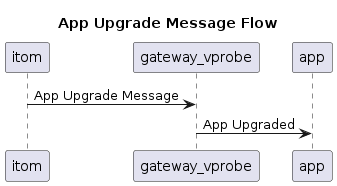
gupteswarameesala/sdk2.0 keeps this PlantUML diagram as images/app_upgrade_flow.png. Above is the earlier version.
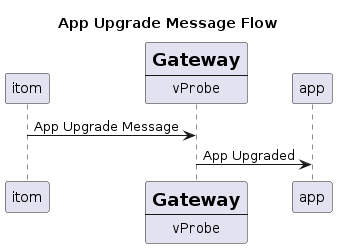
The same diagram one commit later.

The edit, as a diff of the source:
```diff
@@ -2,7 +2,14 @@
 
 title App Upgrade Message Flow
 
-itom -> gateway_vprobe: App Upgrade Message
-gateway_vprobe -> app: App Upgraded
+participant itom
+participant Gateway [
+    =Gateway
+    ----
+    ""vProbe""
+]
+
+itom -> Gateway: App Upgrade Message
+Gateway -> app: App Upgraded
 
 @enduml
```
